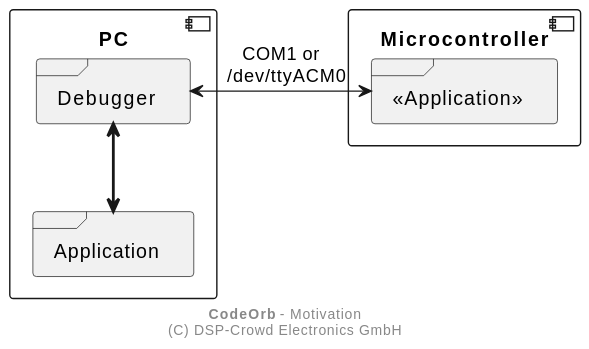
The PlantUML diagram doc/system/motivation.svg in NoOrientationProgramming/code-orb, before a commit.
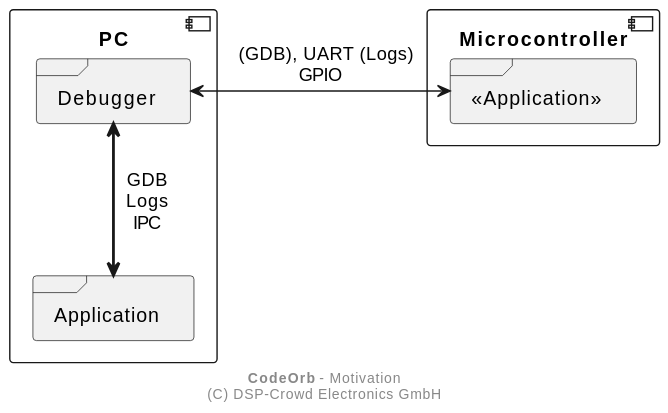
Later version of the same file.

The edit, as a diff of the source:
```diff
@@ -5,7 +5,7 @@
 	frame "Debugger" as pDbg
 	frame "Application" as pApp
 
-	pDbg <-[thickness=2]-> pApp
+	pDbg <-[thickness=2]-> pApp : "  GDB\n  Logs\n  IPC"
 }
 
 component "Microcontroller" {
@@ -13,7 +13,7 @@
 	frame "<<Application>>" as pAppUc
 }
 
-pDbg <-> pAppUc : "COM1 or\n  /dev/ttyACM0"
+pDbg <-> pAppUc : "    (GDB), UART (Logs)  \nGPIO"
 
 footer **CodeOrb** - Motivation\n(C) DSP-Crowd Electronics GmbH
 @enduml
```
